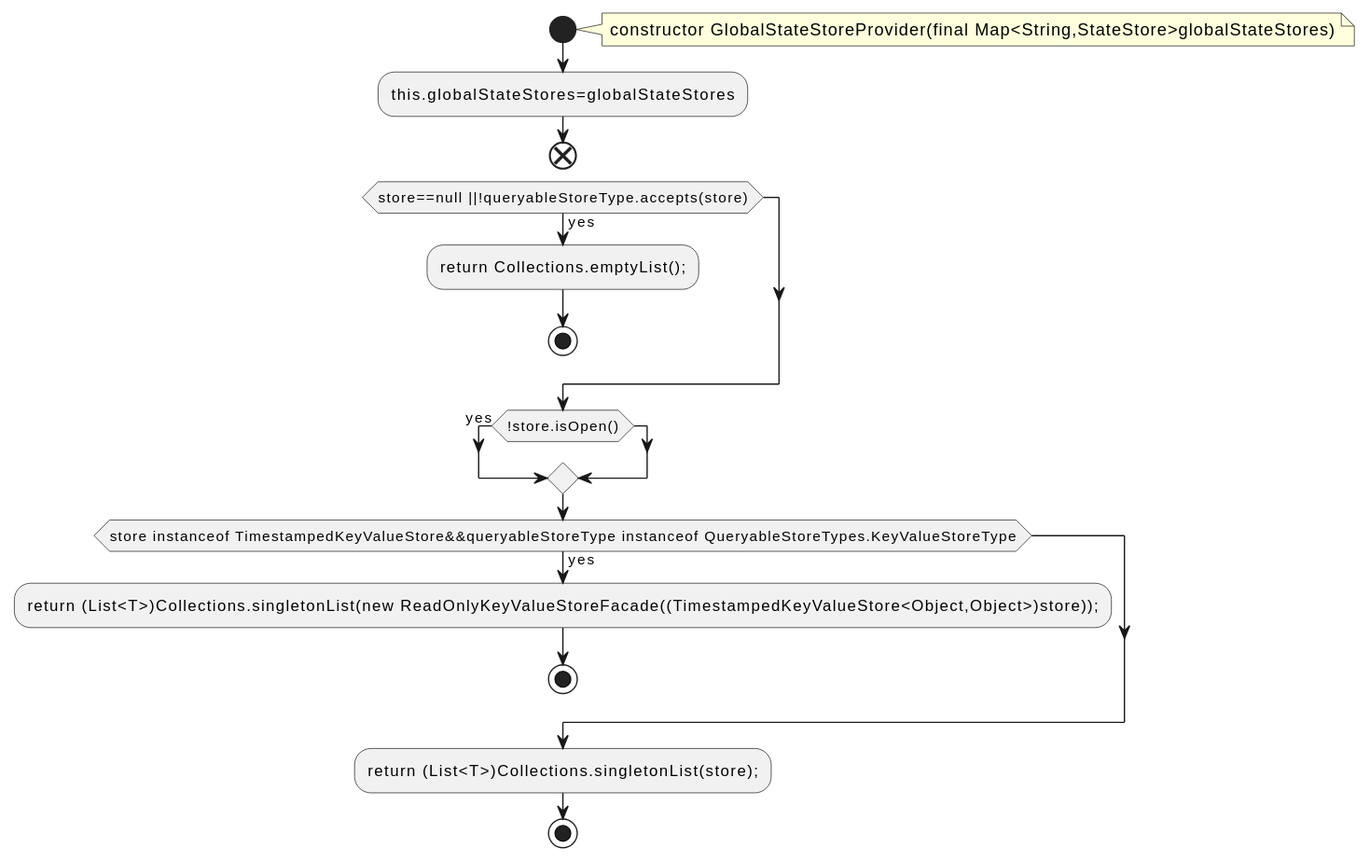
Earlier version of the PlantUML export docs/qc/streams/src/main/java/org/apache/kafka/streams/state/internals/GlobalStateStoreProvider.java.fct.svg (qualitesys/kafka). Source of this version:
```plantuml
@startuml
!pragma layout smetana
start
note right
constructor GlobalStateStoreProvider(final Map<String,StateStore>globalStateStores)
end note
:this.globalStateStores=globalStateStores;
end
if (store==null ||!queryableStoreType.accepts(store)) then (yes)
:return Collections.emptyList();;
stop
endif
if (!store.isOpen()) then (yes)
endif
if (store instanceof TimestampedKeyValueStore&&queryableStoreType instanceof QueryableStoreTypes.KeyValueStoreType) then (yes)
:return (List<T>)Collections.singletonList(new ReadOnlyKeyValueStoreFacade((TimestampedKeyValueStore<Object,Object>)store));;
stop
endif
:return (List<T>)Collections.singletonList(store);;
stop
@enduml
```
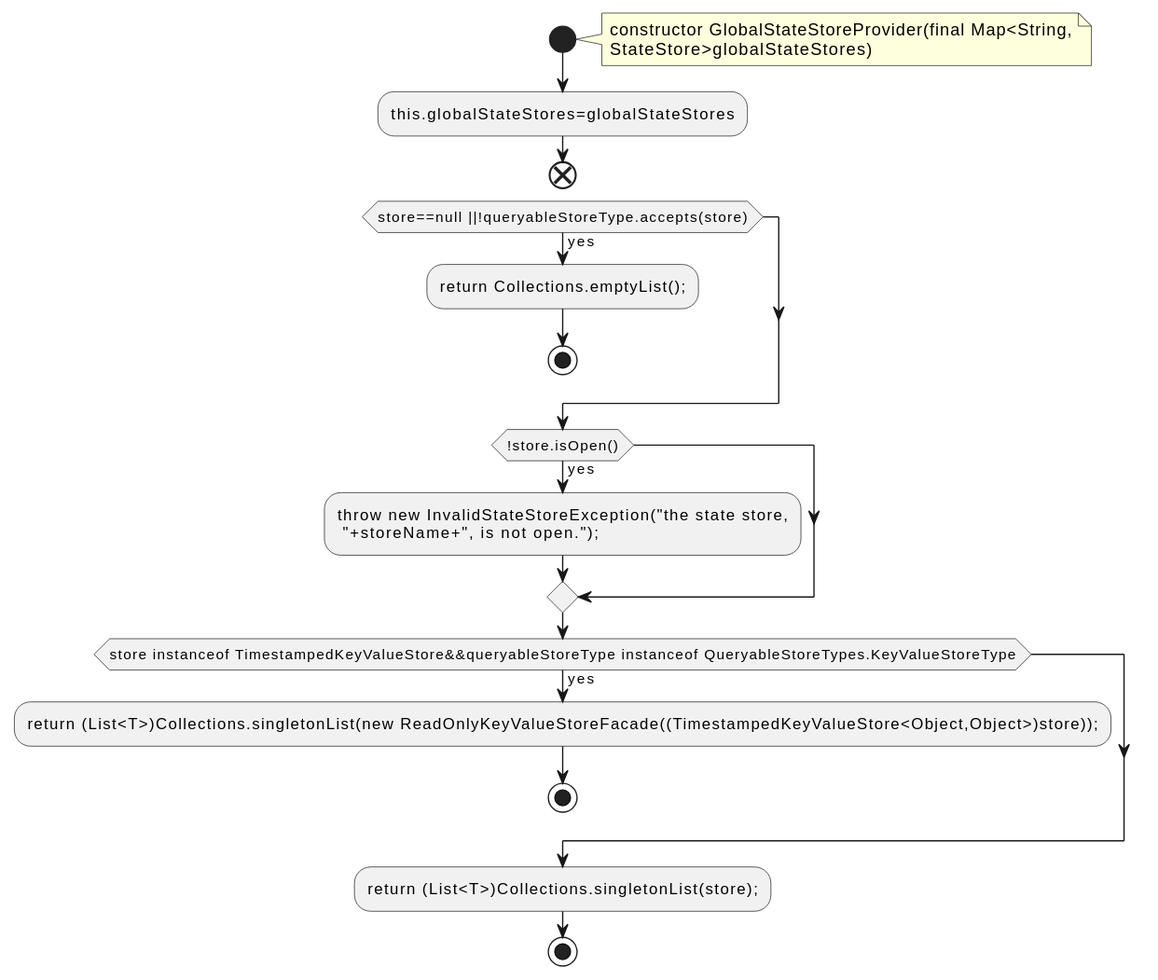
The same file after the commit.

What changed in the source:
```diff
@@ -2,7 +2,8 @@
 !pragma layout smetana
 start
 note right
-constructor GlobalStateStoreProvider(final Map<String,StateStore>globalStateStores)
+constructor GlobalStateStoreProvider(final Map<String,
+StateStore>globalStateStores)
 end note
 :this.globalStateStores=globalStateStores;
 end
@@ -11,6 +12,8 @@
 stop
 endif
 if (!store.isOpen()) then (yes)
+:throw new InvalidStateStoreException("the state store,
+ "+storeName+", is not open.");;
 endif
 if (store instanceof TimestampedKeyValueStore&&queryableStoreType instanceof QueryableStoreTypes.KeyValueStoreType) then (yes)
 :return (List<T>)Collections.singletonList(new ReadOnlyKeyValueStoreFacade((TimestampedKeyValueStore<Object,Object>)store));;
```
